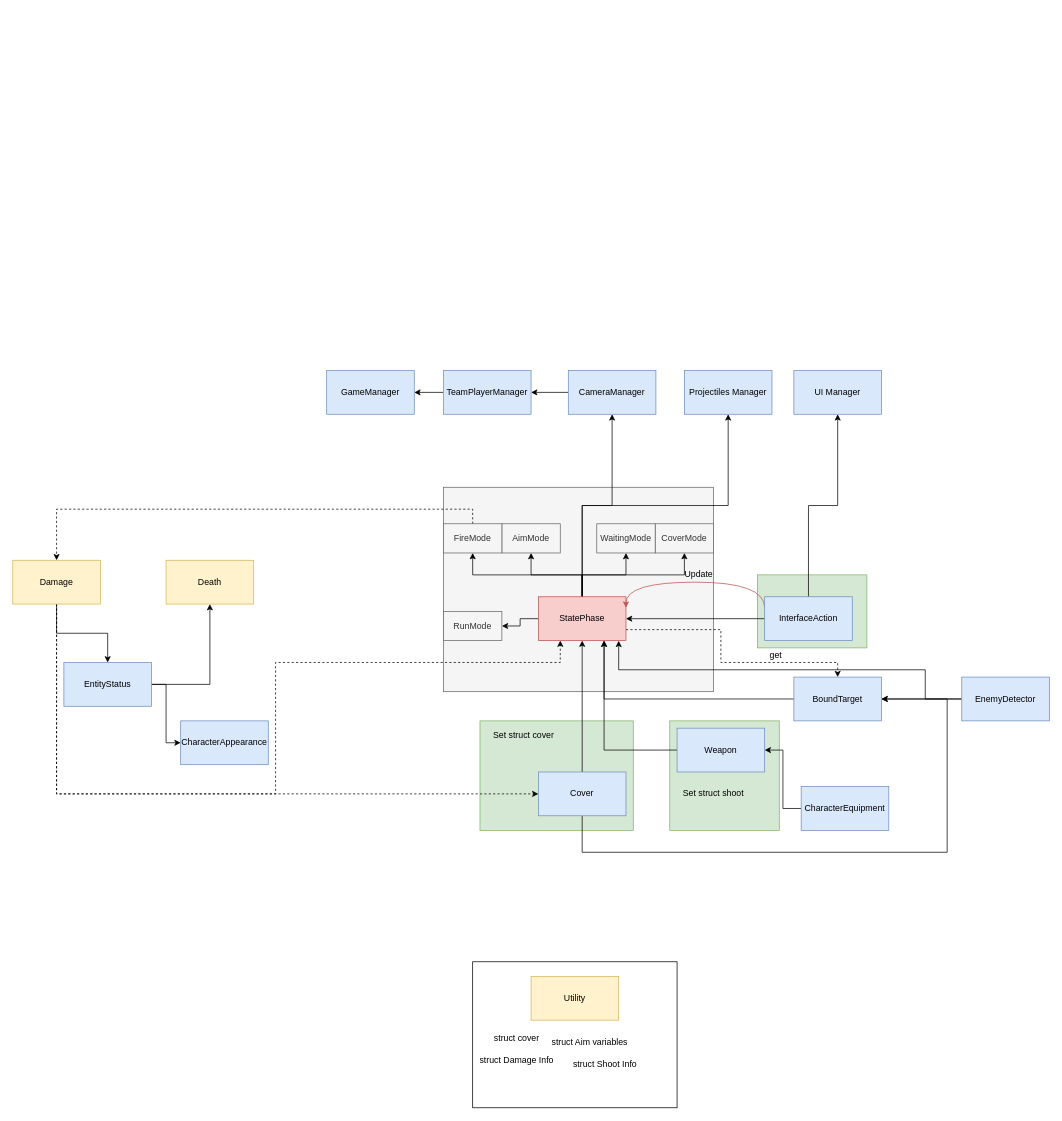
Above: Draw io/Cover and Fire programing scheme.drawio in ludoxe/Cover-and-Fire (draw.io), before the change. Source tidied: cells renumbered, new cells numbered last; positions are measured from the earlier drawing's top-left corner, leaving out a move shared by most shapes. Both pictures are drawn from the tidied source at 73%, with x=0, y=0 at pixel (12, 370).
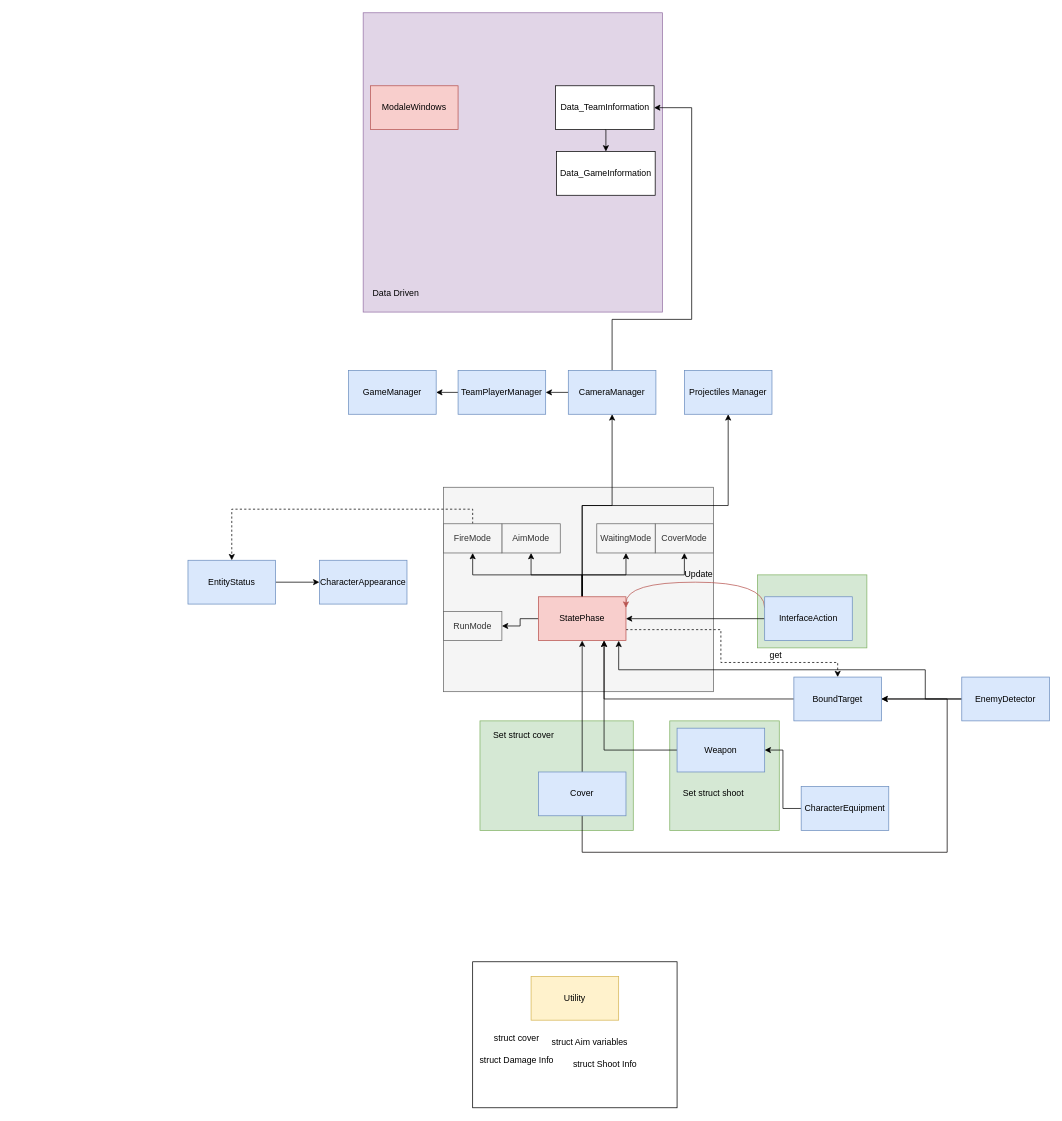
The same page after the edit.

Commit message (it also covers changes not shown here):
Redo to Manager Singleton, Keep Data Addon if needed

The change refers to these unchanged cells:
```xml
<mxCell id="14" value="StatePhase" style="rounded=0;whiteSpace=wrap;html=1;fillColor=#f8cecc;strokeColor=#b85450;" parent="1" vertex="1">
  <mxGeometry x="720" y="310" width="120" height="60" as="geometry" />
</mxCell>
<mxCell id="17" value="Cover" style="rounded=0;whiteSpace=wrap;html=1;fillColor=#dae8fc;strokeColor=#6c8ebf;" parent="1" vertex="1">
  <mxGeometry x="720" y="550" width="120" height="60" as="geometry" />
</mxCell>
<mxCell id="21" value="InterfaceAction" style="rounded=0;whiteSpace=wrap;html=1;fillColor=#dae8fc;strokeColor=#6c8ebf;" parent="1" vertex="1">
  <mxGeometry x="1030" y="310" width="120" height="60" as="geometry" />
</mxCell>
<mxCell id="24" value="FireMode" style="rounded=0;whiteSpace=wrap;html=1;fillColor=#f5f5f5;strokeColor=#666666;fontColor=#333333;" parent="1" vertex="1">
  <mxGeometry x="590" y="210" width="80" height="40" as="geometry" />
</mxCell>
<mxCell id="60" value="CameraManager" style="whiteSpace=wrap;html=1;fillColor=#dae8fc;strokeColor=#6c8ebf;" parent="1" vertex="1">
  <mxGeometry x="761" width="120" height="60" as="geometry" />
</mxCell>
```

Change to the diagram source:
```diff
@@
+    <mxCell id="64" style="whiteSpace=wrap;html=1;fillColor=#e1d5e7;strokeColor=#9673a6;" parent="1" vertex="1">
+      <mxGeometry x="480" y="-490" width="410" height="410" as="geometry" />
+    </mxCell>
@@
-    <mxCell id="20" style="edgeStyle=orthogonalEdgeStyle;rounded=0;jettySize=auto;html=1;exitX=0.5;exitY=0;exitDx=0;exitDy=0;entryX=0.5;entryY=1;entryDx=0;entryDy=0;" parent="1" edge="1" source="21" target="63">
-      <mxGeometry relative="1" as="geometry" />
-    </mxCell>
@@
-    <mxCell id="23" style="edgeStyle=orthogonalEdgeStyle;rounded=0;jettySize=auto;html=1;exitX=0.5;exitY=0;exitDx=0;exitDy=0;dashed=1;" parent="1" edge="1" source="24" target="32">
+    <mxCell id="23" style="edgeStyle=orthogonalEdgeStyle;rounded=0;jettySize=auto;html=1;exitX=0.5;exitY=0;exitDx=0;exitDy=0;dashed=1;entryX=0.5;entryY=0;entryDx=0;entryDy=0;" parent="1" edge="1" source="24" target="48">
       <mxGeometry relative="1" as="geometry" />
     </mxCell>
@@
-    <mxCell id="25" value="Death" style="rounded=0;whiteSpace=wrap;html=1;fillColor=#fff2cc;strokeColor=#d6b656;" parent="1" vertex="1">
-      <mxGeometry x="210" y="260" width="120" height="60" as="geometry" />
-    </mxCell>
@@
-    <mxCell id="29" style="edgeStyle=orthogonalEdgeStyle;rounded=0;jettySize=auto;html=1;exitX=0.5;exitY=1;exitDx=0;exitDy=0;entryX=0;entryY=0.5;entryDx=0;entryDy=0;dashed=1;" parent="1" edge="1" source="32" target="17">
-      <mxGeometry relative="1" as="geometry" />
-    </mxCell>
-    <mxCell id="30" style="edgeStyle=orthogonalEdgeStyle;rounded=0;jettySize=auto;html=1;exitX=0.5;exitY=1;exitDx=0;exitDy=0;dashed=1;entryX=0.25;entryY=1;entryDx=0;entryDy=0;" parent="1" edge="1" source="32" target="14">
-      <mxGeometry relative="1" as="geometry">
-        <Array as="points">
-          <mxPoint x="60" y="580" />
-          <mxPoint x="360" y="580" />
-          <mxPoint x="360" y="400" />
-          <mxPoint x="750" y="400" />
-        </Array>
-      </mxGeometry>
-    </mxCell>
-    <mxCell id="31" style="edgeStyle=orthogonalEdgeStyle;rounded=0;jettySize=auto;html=1;entryX=0.5;entryY=0;entryDx=0;entryDy=0;" parent="1" edge="1" source="32" target="48">
-      <mxGeometry relative="1" as="geometry" />
-    </mxCell>
-    <mxCell id="32" value="Damage" style="whiteSpace=wrap;html=1;fillColor=#fff2cc;strokeColor=#d6b656;" parent="1" vertex="1">
-      <mxGeometry y="260" width="120" height="60" as="geometry" />
-    </mxCell>
@@
-    <mxCell id="47" style="edgeStyle=orthogonalEdgeStyle;rounded=0;jettySize=auto;html=1;entryX=0.5;entryY=1;entryDx=0;entryDy=0;" parent="1" edge="1" source="48" target="25">
-      <mxGeometry relative="1" as="geometry" />
-    </mxCell>
     <mxCell id="48" value="EntityStatus" style="rounded=0;whiteSpace=wrap;html=1;fillColor=#dae8fc;strokeColor=#6c8ebf;" parent="1" vertex="1">
-      <mxGeometry x="70" y="400" width="120" height="60" as="geometry" />
+      <mxGeometry x="240" y="260" width="120" height="60" as="geometry" />
     </mxCell>
@@
     <mxCell id="55" value="GameManager" style="whiteSpace=wrap;html=1;fillColor=#dae8fc;strokeColor=#6c8ebf;" parent="1" vertex="1">
-      <mxGeometry x="430" width="120" height="60" as="geometry" />
+      <mxGeometry x="460" width="120" height="60" as="geometry" />
     </mxCell>
     <mxCell id="56" value="CharacterAppearance" style="whiteSpace=wrap;html=1;fillColor=#dae8fc;strokeColor=#6c8ebf;" parent="1" vertex="1">
-      <mxGeometry x="230" y="480" width="120" height="60" as="geometry" />
+      <mxGeometry x="420" y="260" width="120" height="60" as="geometry" />
     </mxCell>
@@
     <mxCell id="58" value="TeamPlayerManager" style="whiteSpace=wrap;html=1;fillColor=#dae8fc;strokeColor=#6c8ebf;" parent="1" vertex="1">
-      <mxGeometry x="590" width="120" height="60" as="geometry" />
+      <mxGeometry x="610" width="120" height="60" as="geometry" />
     </mxCell>
+    <mxCell id="65" style="edgeStyle=orthogonalEdgeStyle;rounded=0;jettySize=auto;html=1;exitX=0.5;exitY=0;exitDx=0;exitDy=0;entryX=1;entryY=0.5;entryDx=0;entryDy=0;" parent="1" edge="1" source="60" target="68">
+      <mxGeometry relative="1" as="geometry">
+        <Array as="points">
+          <mxPoint x="821" y="-70" />
+          <mxPoint x="930" y="-70" />
+          <mxPoint x="930" y="-360" />
+        </Array>
+      </mxGeometry>
+    </mxCell>
-    <mxCell id="59" style="edgeStyle=orthogonalEdgeStyle;rounded=0;jettySize=auto;html=1;exitX=0;exitY=0.5;exitDx=0;exitDy=0;" parent="1" edge="1" source="60" target="58">
+    <mxCell id="59" style="edgeStyle=orthogonalEdgeStyle;rounded=0;jettySize=auto;html=1;exitX=0;exitY=0.5;exitDx=0;exitDy=0;entryX=1;entryY=0.5;entryDx=0;entryDy=0;" parent="1" edge="1" source="60" target="58">
       <mxGeometry relative="1" as="geometry" />
     </mxCell>
@@
+    <mxCell id="66" value="Data Driven" style="text;html=1;strokeColor=none;fillColor=none;align=center;verticalAlign=middle;whiteSpace=wrap;rounded=0;" parent="1" vertex="1">
+      <mxGeometry x="490" y="-120" width="70" height="30" as="geometry" />
+    </mxCell>
-    <mxCell id="63" value="UI Manager" style="rounded=0;whiteSpace=wrap;html=1;fillColor=#dae8fc;strokeColor=#6c8ebf;" parent="1" vertex="1">
-      <mxGeometry x="1070" width="120" height="60" as="geometry" />
+    <mxCell id="63" value="ModaleWindows" style="rounded=0;whiteSpace=wrap;html=1;fillColor=#f8cecc;strokeColor=#b85450;" parent="1" vertex="1">
+      <mxGeometry x="490" y="-390" width="120" height="60" as="geometry" />
     </mxCell>
+    <mxCell id="67" style="edgeStyle=orthogonalEdgeStyle;rounded=0;jettySize=auto;html=1;exitX=0.5;exitY=1;exitDx=0;exitDy=0;entryX=0.5;entryY=0;entryDx=0;entryDy=0;" parent="1" edge="1" source="68" target="69">
+      <mxGeometry relative="1" as="geometry" />
+    </mxCell>
+    <mxCell id="68" value="Data_TeamInformation" style="whiteSpace=wrap;html=1;" parent="1" vertex="1">
+      <mxGeometry x="743.5" y="-390" width="135" height="60" as="geometry" />
+    </mxCell>
+    <mxCell id="69" value="Data_GameInformation" style="whiteSpace=wrap;html=1;" parent="1" vertex="1">
+      <mxGeometry x="745" y="-300" width="135" height="60" as="geometry" />
+    </mxCell>
```
